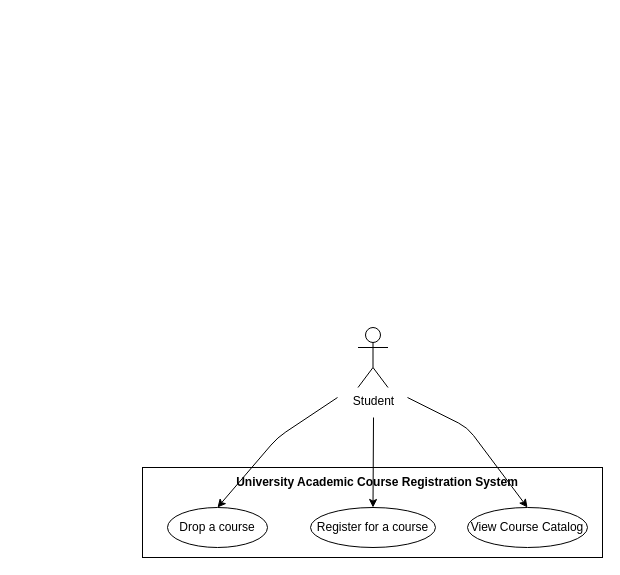
The draw.io diagram lab/drawio/vinesh06/exercise1.drawio in drshahizan/software-engineering, before the edit. Source tidied: cells renumbered, new cells numbered last; positions are measured from the earlier drawing's top-left corner, leaving out a move shared by most shapes. Both pictures are drawn from the tidied source at 100%, with x=0, y=0 at pixel (142, 327).
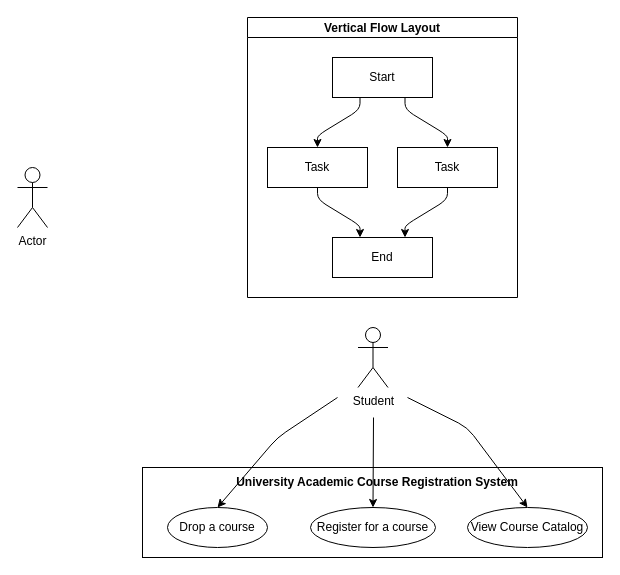
Above is the later version.

The edit, as a diff of the source:
```diff
@@
+    <mxCell id="11" value="Actor" style="shape=umlActor;verticalLabelPosition=bottom;verticalAlign=top;html=1;" parent="1" vertex="1">
+      <mxGeometry x="-125" y="-160" width="30" height="60" as="geometry" />
+    </mxCell>
+    <mxCell id="12" value="Vertical Flow Layout" style="swimlane;startSize=20;horizontal=1;flowOrientation=north;interRankCellSpacing=50;containerType=tree;fontSize=12;" parent="1" vertex="1">
+      <mxGeometry x="105" y="-310" width="270" height="280" as="geometry" />
+    </mxCell>
+    <mxCell id="13" value="Start" style="whiteSpace=wrap;html=1;" parent="12" vertex="1">
+      <mxGeometry x="85" y="40" width="100" height="40" as="geometry" />
+    </mxCell>
+    <mxCell id="14" value="Task" style="whiteSpace=wrap;html=1;" parent="12" vertex="1">
+      <mxGeometry x="20" y="130" width="100" height="40" as="geometry" />
+    </mxCell>
+    <mxCell id="15" style="html=1;rounded=1;curved=0;sourcePerimeterSpacing=0;targetPerimeterSpacing=0;startSize=6;endSize=6;noEdgeStyle=1;orthogonal=1;" parent="12" edge="1" source="13" target="14">
+      <mxGeometry relative="1" as="geometry">
+        <Array as="points">
+          <mxPoint x="112.5" y="92" />
+          <mxPoint x="70" y="118" />
+        </Array>
+      </mxGeometry>
+    </mxCell>
+    <mxCell id="16" value="Task" style="whiteSpace=wrap;html=1;" parent="12" vertex="1">
+      <mxGeometry x="150" y="130" width="100" height="40" as="geometry" />
+    </mxCell>
+    <mxCell id="17" style="html=1;rounded=1;curved=0;sourcePerimeterSpacing=0;targetPerimeterSpacing=0;startSize=6;endSize=6;noEdgeStyle=1;orthogonal=1;" parent="12" edge="1" source="13" target="16">
+      <mxGeometry relative="1" as="geometry">
+        <Array as="points">
+          <mxPoint x="157.5" y="92" />
+          <mxPoint x="200" y="118" />
+        </Array>
+      </mxGeometry>
+    </mxCell>
+    <mxCell id="18" value="End" style="whiteSpace=wrap;html=1;" parent="12" vertex="1">
+      <mxGeometry x="85" y="220" width="100" height="40" as="geometry" />
+    </mxCell>
+    <mxCell id="19" style="html=1;rounded=1;curved=0;sourcePerimeterSpacing=0;targetPerimeterSpacing=0;startSize=6;endSize=6;noEdgeStyle=1;orthogonal=1;" parent="12" edge="1" source="14" target="18">
+      <mxGeometry relative="1" as="geometry">
+        <Array as="points">
+          <mxPoint x="70" y="182" />
+          <mxPoint x="112.5" y="208" />
+        </Array>
+      </mxGeometry>
+    </mxCell>
+    <mxCell id="20" style="html=1;rounded=1;curved=0;sourcePerimeterSpacing=0;targetPerimeterSpacing=0;startSize=6;endSize=6;noEdgeStyle=1;orthogonal=1;" parent="12" edge="1" source="16" target="18">
+      <mxGeometry relative="1" as="geometry">
+        <Array as="points">
+          <mxPoint x="200" y="182" />
+          <mxPoint x="157.5" y="208" />
+        </Array>
+      </mxGeometry>
+    </mxCell>
```
